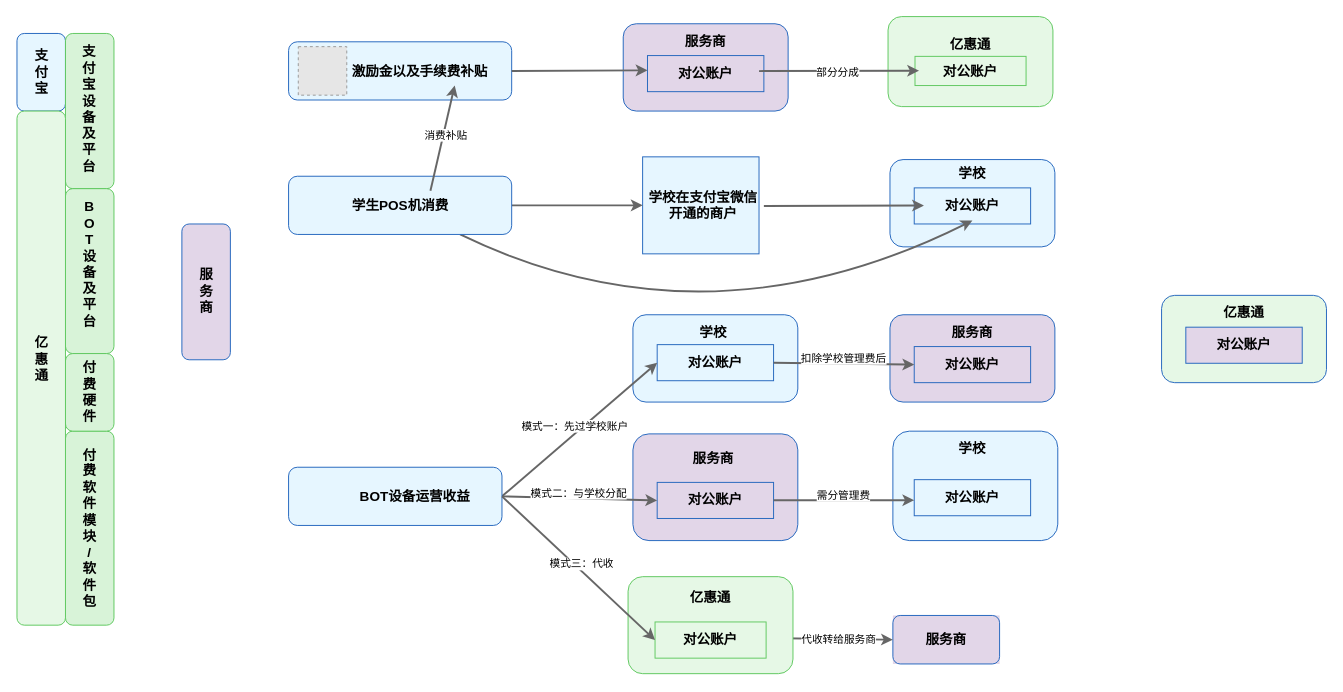
Before: page "SaaS平台资金流图" (4 of 4) of 青岛恒星最终架构图1.drawio in bzerozero7/test, a draw.io diagram. Source tidied: cells renumbered, new cells numbered last; positions are measured from the earlier drawing's top-left corner, leaving out a move shared by most shapes. Both pictures are drawn from the tidied source at 97%, with x=0, y=0 at pixel (16, 16). Pictures stored in the file or linked from it are replaced by grey dashed boxes.
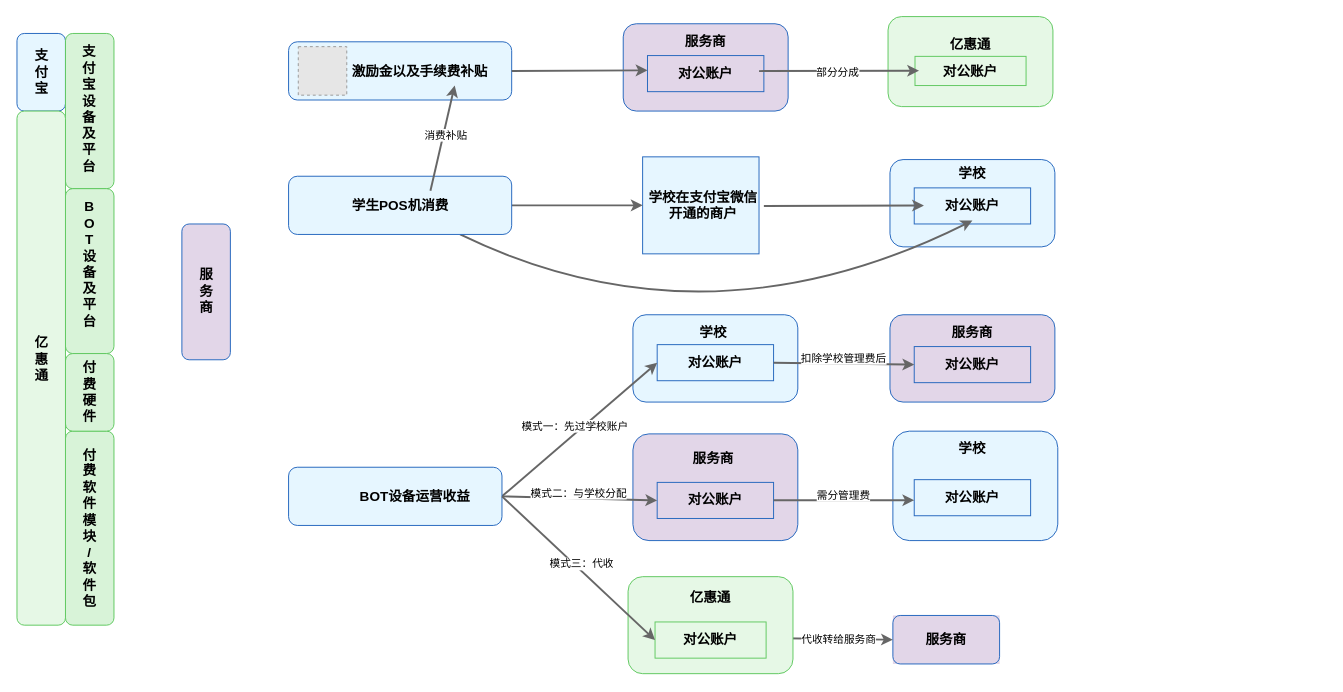
The same page after the edit.

Commit message (it also covers changes not shown here):
更新青岛恒星最终架构图1.drawio

Diff of the diagram source:
```diff
@@
-    <mxCell id="89" style="rounded=1;whiteSpace=wrap;html=1;fillColor=#E6F8E6;strokeColor=#2668BE;gradientColor=none;glass=0;" parent="1" vertex="1">
-      <mxGeometry x="1180" y="287" width="170" height="90" as="geometry" />
-    </mxCell>
-    <mxCell id="90" value="&lt;span style=&quot;font-size: 14px;&quot;&gt;&lt;b&gt;亿惠通&lt;/b&gt;&lt;/span&gt;" style="text;html=1;whiteSpace=wrap;strokeColor=none;fillColor=none;align=center;verticalAlign=middle;rounded=0;" parent="1" vertex="1">
-      <mxGeometry x="1235" y="289.8" width="60" height="30" as="geometry" />
-    </mxCell>
-    <mxCell id="91" style="rounded=0;whiteSpace=wrap;html=1;fillColor=#E2D6E8;strokeColor=#2668BE;gradientColor=none;glass=0;" parent="1" vertex="1">
-      <mxGeometry x="1205" y="319.8" width="120" height="37.2" as="geometry" />
-    </mxCell>
-    <mxCell id="92" value="&lt;span style=&quot;font-size: 14px;&quot;&gt;&lt;b&gt;对公账户&lt;/b&gt;&lt;/span&gt;" style="text;html=1;whiteSpace=wrap;strokeColor=none;fillColor=none;align=center;verticalAlign=middle;rounded=0;" parent="1" vertex="1">
-      <mxGeometry x="1235" y="323.4" width="60" height="30" as="geometry" />
-    </mxCell>
```
